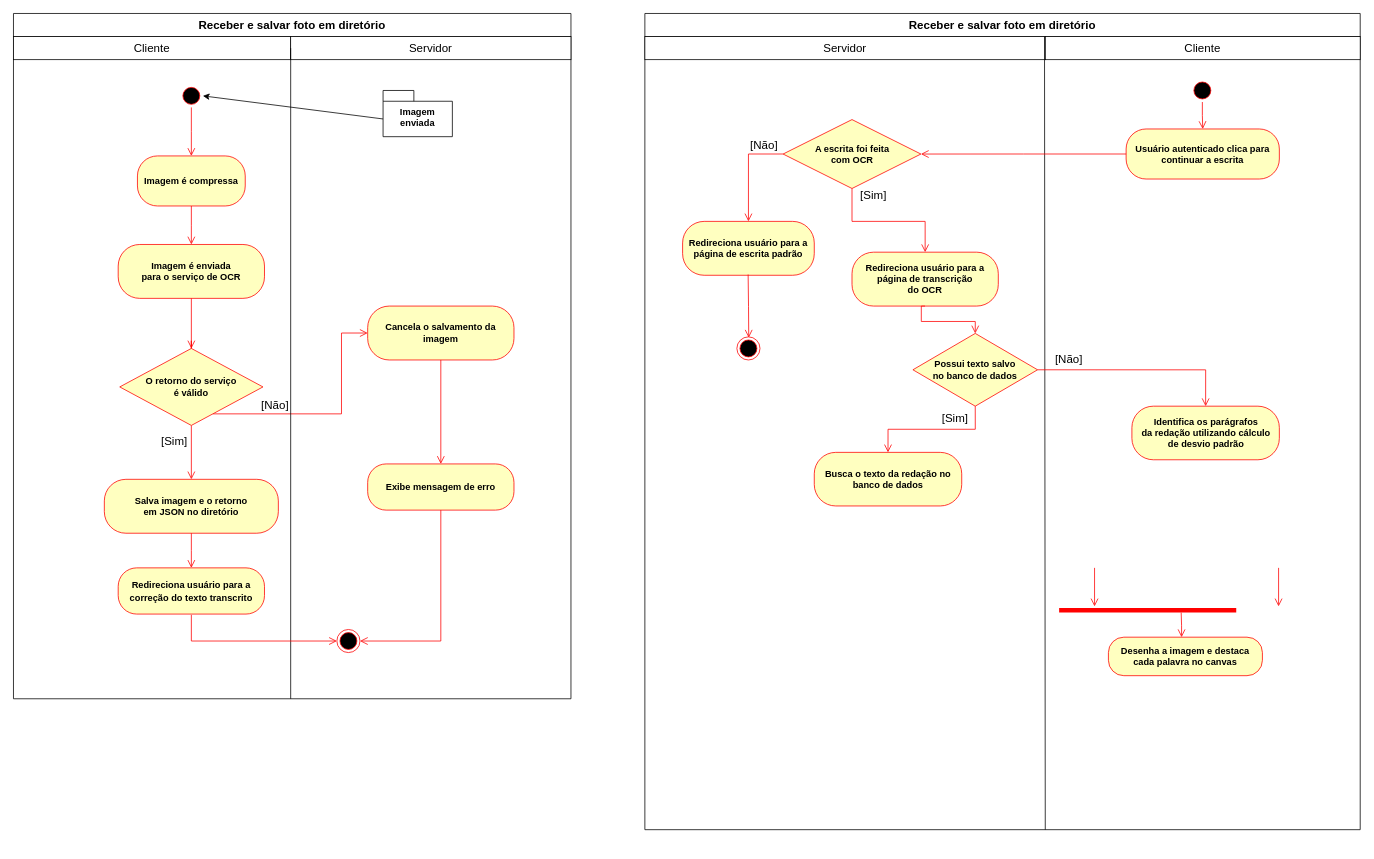
Earlier version of the draw.io diagram Atividade.drawio (zanellaz/javascripto). Source tidied: cells renumbered, new cells numbered last; positions are measured from the earlier drawing's top-left corner, leaving out a move shared by most shapes. Both pictures are drawn from the tidied source at 77%, with x=0, y=0 at pixel (13, 13).
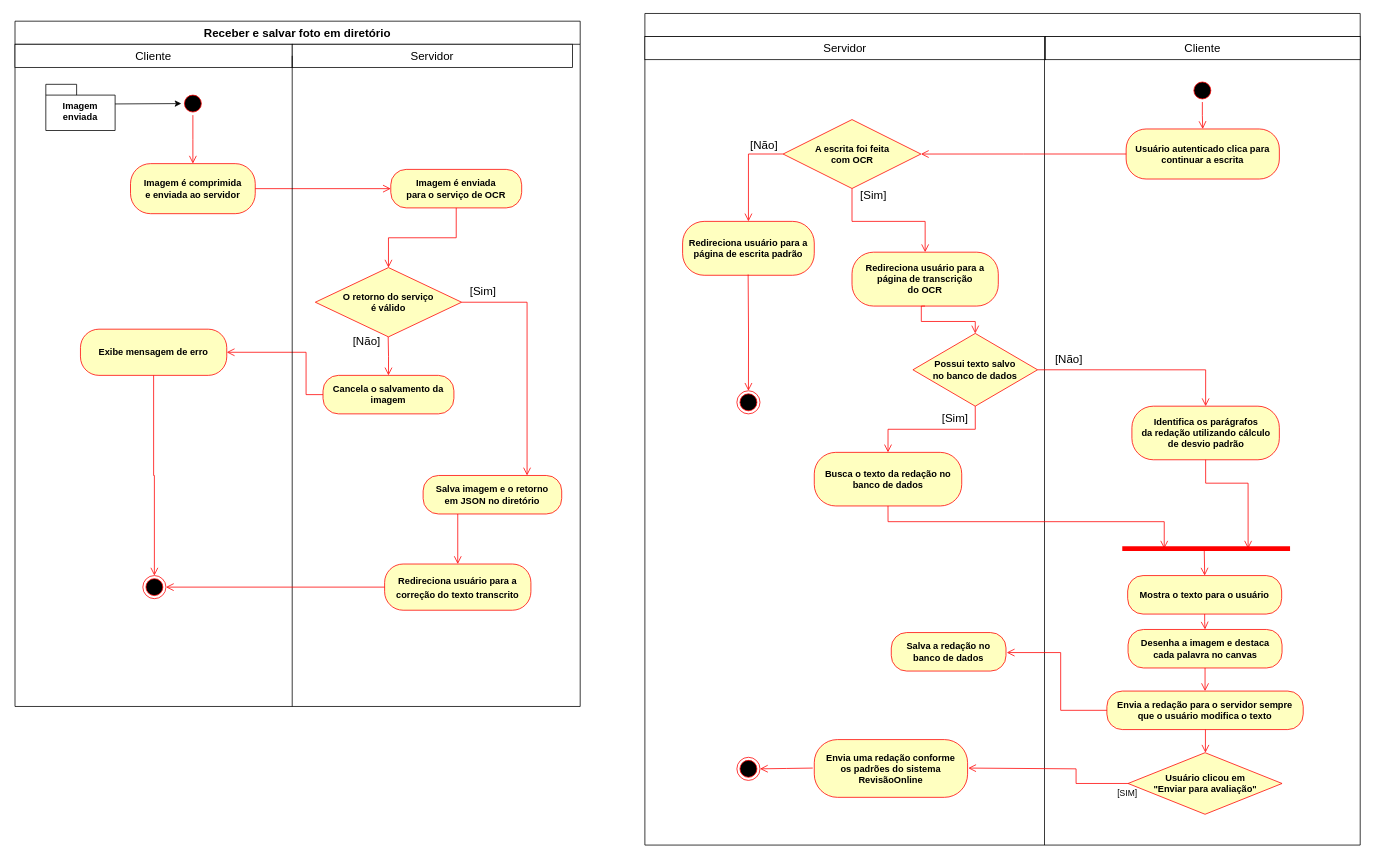
Above is the later version.

Unchanged cells that the change refers to:
```xml
<mxCell id="4" style="ellipse;html=1;shape=startState;fillColor=#000000;strokeColor=#ff0000;" parent="2" vertex="1">
  <mxGeometry x="216" y="92" width="30" height="30" as="geometry" />
</mxCell>
<mxCell id="39" value="&lt;b&gt;Busca o texto da redação no banco de dados&lt;br&gt;&lt;/b&gt;" style="rounded=1;whiteSpace=wrap;html=1;arcSize=40;fontColor=#000000;fillColor=#ffffc0;strokeColor=#ff0000;" parent="26" vertex="1">
  <mxGeometry x="220" y="570" width="191.5" height="69.6" as="geometry" />
</mxCell>
<mxCell id="46" value="&lt;b&gt;Identifica os parágrafos &lt;br&gt;da redação utilizando cálculo&lt;br&gt; de desvio padrão&lt;br&gt;&lt;/b&gt;" style="rounded=1;whiteSpace=wrap;html=1;arcSize=40;fontColor=#000000;fillColor=#ffffc0;strokeColor=#ff0000;" parent="26" vertex="1">
  <mxGeometry x="632.5" y="510" width="191.5" height="69.6" as="geometry" />
</mxCell>
```

The edit, as a diff of the source:
```diff
@@
     <mxCell id="2" value="&lt;font style=&quot;font-size: 15px;&quot;&gt;Receber e salvar foto em diretório&lt;/font&gt;" style="swimlane;whiteSpace=wrap;html=1;startSize=30;" parent="1" vertex="1">
-      <mxGeometry width="724" height="890" as="geometry" />
+      <mxGeometry x="2" y="10" width="734" height="890" as="geometry" />
     </mxCell>
     <mxCell id="3" value="Imagem enviada " style="shape=folder;fontStyle=1;spacingTop=10;tabWidth=40;tabHeight=14;tabPosition=left;html=1;whiteSpace=wrap;" parent="2" vertex="1">
-      <mxGeometry x="480" y="100" width="90" height="60" as="geometry" />
+      <mxGeometry x="40" y="82" width="90" height="60" as="geometry" />
     </mxCell>
@@
-    <mxCell id="6" value="&lt;font size=&quot;1&quot;&gt;&lt;b style=&quot;font-size: 12px;&quot;&gt;Imagem é compressa&lt;/b&gt;&lt;/font&gt;" style="rounded=1;whiteSpace=wrap;html=1;arcSize=40;fontColor=#000000;fillColor=#ffffc0;strokeColor=#ff0000;" parent="2" vertex="1">
-      <mxGeometry x="161" y="185" width="140" height="65" as="geometry" />
+    <mxCell id="6" value="&lt;div&gt;&lt;font size=&quot;1&quot;&gt;&lt;b style=&quot;font-size: 12px;&quot;&gt;Imagem é comprimida&lt;br&gt;e enviada ao servidor&lt;br&gt;&lt;/b&gt;&lt;/font&gt;&lt;/div&gt;" style="rounded=1;whiteSpace=wrap;html=1;arcSize=40;fontColor=#000000;fillColor=#ffffc0;strokeColor=#ff0000;" parent="2" vertex="1">
+      <mxGeometry x="150" y="185" width="162" height="65" as="geometry" />
     </mxCell>
-    <mxCell id="7" style="edgeStyle=orthogonalEdgeStyle;html=1;verticalAlign=bottom;endArrow=open;endSize=8;strokeColor=#ff0000;rounded=0;" parent="2" edge="1" source="6">
-      <mxGeometry relative="1" as="geometry">
-        <mxPoint x="231" y="300" as="targetPoint" />
-      </mxGeometry>
+    <mxCell id="7" style="edgeStyle=orthogonalEdgeStyle;html=1;verticalAlign=bottom;endArrow=open;endSize=8;strokeColor=#ff0000;rounded=0;entryX=0;entryY=0.5;entryDx=0;entryDy=0;" parent="2" edge="1" source="6" target="9">
+      <mxGeometry relative="1" as="geometry" />
     </mxCell>
-    <mxCell id="8" style="endArrow=classic;html=1;rounded=0;entryX=1;entryY=0.5;entryDx=0;entryDy=0;exitX=0;exitY=0;exitDx=0;exitDy=37;exitPerimeter=0;" parent="2" edge="1" source="3" target="4">
+    <mxCell id="8" style="endArrow=classic;html=1;rounded=0;entryX=0;entryY=0.5;entryDx=0;entryDy=0;exitX=0;exitY=0;exitDx=90;exitDy=25.5;exitPerimeter=0;" parent="2" edge="1" source="3" target="4">
       <mxGeometry relative="1" as="geometry" />
     </mxCell>
     <mxCell id="9" value="&lt;font style=&quot;font-size: 12px;&quot;&gt;&lt;b&gt;Imagem é enviada &lt;br&gt;para o serviço de OCR&lt;/b&gt;&lt;/font&gt;" style="rounded=1;whiteSpace=wrap;html=1;arcSize=40;fontColor=#000000;fillColor=#ffffc0;strokeColor=#ff0000;" parent="2" vertex="1">
-      <mxGeometry x="136" y="300" width="190" height="70" as="geometry" />
+      <mxGeometry x="488" y="192.5" width="170" height="50" as="geometry" />
     </mxCell>
-    <mxCell id="10" style="edgeStyle=orthogonalEdgeStyle;html=1;verticalAlign=bottom;endArrow=open;endSize=8;strokeColor=#ff0000;rounded=0;" parent="2" edge="1" source="19">
-      <mxGeometry relative="1" as="geometry">
-        <mxPoint x="231" y="470" as="targetPoint" />
-      </mxGeometry>
-    </mxCell>
-    <mxCell id="11" value="&lt;font style=&quot;font-size: 15px;&quot;&gt;[&lt;/font&gt;&lt;font style=&quot;font-size: 15px;&quot;&gt;Não]&lt;/font&gt;" style="edgeStyle=orthogonalEdgeStyle;html=1;align=left;verticalAlign=bottom;endArrow=open;endSize=8;strokeColor=#ff0000;rounded=0;entryX=0;entryY=0.5;entryDx=0;entryDy=0;" parent="2" edge="1" source="19" target="13">
-      <mxGeometry x="-0.6" relative="1" as="geometry">
-        <Array as="points">
-          <mxPoint x="426" y="520" />
-          <mxPoint x="426" y="415" />
-        </Array>
-      </mxGeometry>
-    </mxCell>
-    <mxCell id="12" value="&lt;font style=&quot;font-size: 15px;&quot;&gt;[&lt;/font&gt;&lt;font style=&quot;font-size: 15px;&quot;&gt;Sim]&lt;/font&gt;" style="edgeStyle=orthogonalEdgeStyle;html=1;align=left;verticalAlign=top;endArrow=open;endSize=8;strokeColor=#ff0000;rounded=0;entryX=0.5;entryY=0;entryDx=0;entryDy=0;" parent="2" edge="1" source="19" target="16">
-      <mxGeometry x="-0.86" y="-41" relative="1" as="geometry" />
-    </mxCell>
     <mxCell id="13" value="&lt;b&gt;Cancela o salvamento da imagem&lt;br&gt;&lt;/b&gt;" style="rounded=1;whiteSpace=wrap;html=1;arcSize=40;fontColor=#000000;fillColor=#ffffc0;strokeColor=#ff0000;" parent="2" vertex="1">
-      <mxGeometry x="460" y="380" width="190" height="70" as="geometry" />
+      <mxGeometry x="400" y="460" width="170" height="50" as="geometry" />
     </mxCell>
     <mxCell id="14" value="&lt;b&gt;Exibe mensagem de erro&lt;/b&gt;" style="rounded=1;whiteSpace=wrap;html=1;arcSize=40;fontColor=#000000;fillColor=#ffffc0;strokeColor=#ff0000;" parent="2" vertex="1">
-      <mxGeometry x="460" y="585" width="190" height="60" as="geometry" />
+      <mxGeometry x="85" y="400" width="190" height="60" as="geometry" />
     </mxCell>
-    <mxCell id="15" style="edgeStyle=orthogonalEdgeStyle;html=1;verticalAlign=bottom;endArrow=open;endSize=8;strokeColor=#ff0000;rounded=0;exitX=0.5;exitY=1;exitDx=0;exitDy=0;entryX=0.5;entryY=0;entryDx=0;entryDy=0;" parent="2" edge="1" source="13" target="14">
-      <mxGeometry relative="1" as="geometry" />
+    <mxCell id="15" style="edgeStyle=orthogonalEdgeStyle;html=1;verticalAlign=bottom;endArrow=open;endSize=8;strokeColor=#ff0000;rounded=0;exitX=0;exitY=0.5;exitDx=0;exitDy=0;entryX=1;entryY=0.5;entryDx=0;entryDy=0;" parent="2" edge="1" source="13" target="14">
+      <mxGeometry relative="1" as="geometry">
+        <Array as="points">
+          <mxPoint x="378" y="485" />
+          <mxPoint x="378" y="430" />
+        </Array>
+      </mxGeometry>
     </mxCell>
-    <mxCell id="16" value="&lt;b&gt;Salva imagem e o retorno &lt;br&gt;em JSON no diretório&lt;br&gt;&lt;/b&gt;" style="rounded=1;whiteSpace=wrap;html=1;arcSize=40;fontColor=#000000;fillColor=#ffffc0;strokeColor=#ff0000;" parent="2" vertex="1">
-      <mxGeometry x="118" y="605" width="226" height="70" as="geometry" />
-    </mxCell>
-    <mxCell id="17" style="edgeStyle=orthogonalEdgeStyle;html=1;verticalAlign=bottom;endArrow=open;endSize=8;strokeColor=#ff0000;rounded=0;" parent="2" edge="1" source="16">
-      <mxGeometry relative="1" as="geometry">
-        <mxPoint x="231" y="720" as="targetPoint" />
-      </mxGeometry>
-    </mxCell>
-    <mxCell id="18" style="edgeStyle=orthogonalEdgeStyle;html=1;verticalAlign=bottom;endArrow=open;endSize=8;strokeColor=#ff0000;rounded=0;" parent="2" edge="1" source="9" target="19">
-      <mxGeometry relative="1" as="geometry" />
-    </mxCell>
-    <mxCell id="19" value="&lt;font style=&quot;font-size: 12px;&quot;&gt;&lt;b&gt;O retorno do serviço&lt;br&gt; é válido&lt;/b&gt;&lt;/font&gt;" style="rhombus;whiteSpace=wrap;html=1;fontColor=#000000;fillColor=#ffffc0;strokeColor=#ff0000;" parent="2" vertex="1">
-      <mxGeometry x="138" y="435" width="186" height="100" as="geometry" />
-    </mxCell>
     <mxCell id="20" style="ellipse;html=1;shape=endState;fillColor=#000000;strokeColor=#ff0000;" parent="2" vertex="1">
-      <mxGeometry x="420" y="800" width="30" height="30" as="geometry" />
+      <mxGeometry x="166" y="720" width="30" height="30" as="geometry" />
     </mxCell>
-    <mxCell id="21" value="&lt;font style=&quot;font-size: 14px;&quot;&gt;&lt;b style=&quot;font-size: 12px;&quot;&gt;&lt;font style=&quot;font-size: 12px;&quot;&gt;Redireciona usuário para a correção do texto transcrito&lt;br&gt;&lt;/font&gt;&lt;/b&gt;&lt;/font&gt;" style="rounded=1;whiteSpace=wrap;html=1;arcSize=40;fontColor=#000000;fillColor=#ffffc0;strokeColor=#ff0000;" parent="2" vertex="1">
-      <mxGeometry x="136" y="720" width="190" height="60" as="geometry" />
-    </mxCell>
@@
-    <mxCell id="25" style="edgeStyle=orthogonalEdgeStyle;html=1;verticalAlign=bottom;endArrow=open;endSize=8;strokeColor=#ff0000;rounded=0;exitX=0.5;exitY=1;exitDx=0;exitDy=0;entryX=1;entryY=0.5;entryDx=0;entryDy=0;" parent="2" edge="1" source="14" target="20">
+    <mxCell id="25" style="edgeStyle=orthogonalEdgeStyle;html=1;verticalAlign=bottom;endArrow=open;endSize=8;strokeColor=#ff0000;rounded=0;exitX=0.5;exitY=1;exitDx=0;exitDy=0;entryX=0.5;entryY=0;entryDx=0;entryDy=0;" parent="2" edge="1" source="14" target="20">
       <mxGeometry relative="1" as="geometry" />
     </mxCell>
+    <mxCell id="19" value="&lt;font style=&quot;font-size: 12px;&quot;&gt;&lt;b&gt;O retorno do serviço&lt;br&gt; é válido&lt;/b&gt;&lt;/font&gt;" style="rhombus;whiteSpace=wrap;html=1;fontColor=#000000;fillColor=#ffffc0;strokeColor=#ff0000;" parent="2" vertex="1">
+      <mxGeometry x="390" y="320" width="190" height="90" as="geometry" />
+    </mxCell>
+    <mxCell id="18" style="edgeStyle=orthogonalEdgeStyle;html=1;verticalAlign=bottom;endArrow=open;endSize=8;strokeColor=#ff0000;rounded=0;exitX=0.5;exitY=1;exitDx=0;exitDy=0;entryX=0.5;entryY=0;entryDx=0;entryDy=0;" parent="2" edge="1" source="9" target="19">
+      <mxGeometry relative="1" as="geometry" />
+    </mxCell>
+    <mxCell id="11" value="&lt;font style=&quot;font-size: 15px;&quot;&gt;[&lt;/font&gt;&lt;font style=&quot;font-size: 15px;&quot;&gt;Não]&lt;/font&gt;" style="edgeStyle=orthogonalEdgeStyle;html=1;align=left;verticalAlign=top;endArrow=open;endSize=8;strokeColor=#ff0000;rounded=0;entryX=0.5;entryY=0;entryDx=0;entryDy=0;" parent="2" edge="1" target="13">
+      <mxGeometry x="-1" y="-48" relative="1" as="geometry">
+        <mxPoint x="484.6" y="410" as="sourcePoint" />
+        <mxPoint y="-11" as="offset" />
+      </mxGeometry>
+    </mxCell>
+    <mxCell id="12" value="&lt;font style=&quot;font-size: 15px;&quot;&gt;[&lt;/font&gt;&lt;font style=&quot;font-size: 15px;&quot;&gt;Sim]&lt;/font&gt;" style="edgeStyle=orthogonalEdgeStyle;html=1;align=left;verticalAlign=top;endArrow=open;endSize=8;strokeColor=#ff0000;rounded=0;entryX=0.75;entryY=0;entryDx=0;entryDy=0;exitX=1;exitY=0.5;exitDx=0;exitDy=0;" parent="2" edge="1" source="19" target="16">
+      <mxGeometry x="-0.94" y="30" relative="1" as="geometry" />
+    </mxCell>
+    <mxCell id="16" value="&lt;b&gt;Salva imagem e o retorno &lt;br&gt;em JSON no diretório&lt;br&gt;&lt;/b&gt;" style="rounded=1;whiteSpace=wrap;html=1;arcSize=40;fontColor=#000000;fillColor=#ffffc0;strokeColor=#ff0000;" parent="2" vertex="1">
+      <mxGeometry x="530" y="590" width="180" height="50" as="geometry" />
+    </mxCell>
+    <mxCell id="53" style="edgeStyle=orthogonalEdgeStyle;html=1;verticalAlign=bottom;endArrow=open;endSize=8;strokeColor=#ff0000;rounded=0;exitX=0.25;exitY=1;exitDx=0;exitDy=0;entryX=0.5;entryY=0;entryDx=0;entryDy=0;" parent="2" edge="1" source="16" target="21">
+      <mxGeometry relative="1" as="geometry" />
+    </mxCell>
+    <mxCell id="21" value="&lt;font style=&quot;font-size: 14px;&quot;&gt;&lt;b style=&quot;font-size: 12px;&quot;&gt;&lt;font style=&quot;font-size: 12px;&quot;&gt;Redireciona usuário para a correção do texto transcrito&lt;br&gt;&lt;/font&gt;&lt;/b&gt;&lt;/font&gt;" style="rounded=1;whiteSpace=wrap;html=1;arcSize=40;fontColor=#000000;fillColor=#ffffc0;strokeColor=#ff0000;" parent="2" vertex="1">
+      <mxGeometry x="480" y="705" width="190" height="60" as="geometry" />
+    </mxCell>
+    <mxCell id="54" style="edgeStyle=orthogonalEdgeStyle;html=1;verticalAlign=bottom;endArrow=open;endSize=8;strokeColor=#ff0000;rounded=0;exitX=0;exitY=0.5;exitDx=0;exitDy=0;entryX=1;entryY=0.5;entryDx=0;entryDy=0;" parent="2" edge="1" source="21" target="20">
+      <mxGeometry relative="1" as="geometry" />
+    </mxCell>
-    <mxCell id="26" value="&lt;font style=&quot;font-size: 15px;&quot;&gt;Receber e salvar foto em diretório&lt;/font&gt;" style="swimlane;whiteSpace=wrap;html=1;startSize=30;" parent="1" vertex="1">
-      <mxGeometry x="820" width="929" height="1060" as="geometry" />
+    <mxCell id="26" style="swimlane;whiteSpace=wrap;html=1;startSize=30;" parent="1" vertex="1">
+      <mxGeometry x="820" width="929" height="1080" as="geometry" />
     </mxCell>
@@
     <mxCell id="32" style="endArrow=none;html=1;rounded=0;entryX=0;entryY=0;entryDx=0;entryDy=0;" parent="26" edge="1">
       <mxGeometry relative="1" as="geometry">
-        <mxPoint x="520" y="1060" as="sourcePoint" />
+        <mxPoint x="519" y="1080" as="sourcePoint" />
         <mxPoint x="519" y="30" as="targetPoint" />
       </mxGeometry>
     </mxCell>
@@
-    <mxCell id="36" style="edgeStyle=orthogonalEdgeStyle;html=1;align=left;verticalAlign=top;endArrow=open;endSize=8;strokeColor=#ff0000;rounded=0;exitX=0.5;exitY=1;exitDx=0;exitDy=0;entryX=0.5;entryY=0;entryDx=0;entryDy=0;" parent="26" edge="1">
+    <mxCell id="36" style="edgeStyle=orthogonalEdgeStyle;html=1;align=left;verticalAlign=top;endArrow=open;endSize=8;strokeColor=#ff0000;rounded=0;exitX=0.5;exitY=1;exitDx=0;exitDy=0;entryX=0.5;entryY=0;entryDx=0;entryDy=0;" parent="26" edge="1" target="37">
       <mxGeometry x="-1" y="12" relative="1" as="geometry">
         <mxPoint x="134.1" y="339" as="sourcePoint" />
-        <mxPoint x="134.9" y="421" as="targetPoint" />
         <mxPoint x="-3" y="-7" as="offset" />
       </mxGeometry>
     </mxCell>
     <mxCell id="37" style="ellipse;html=1;shape=endState;fillColor=#000000;strokeColor=#ff0000;" parent="26" vertex="1">
-      <mxGeometry x="119.5" y="420" width="30" height="30" as="geometry" />
+      <mxGeometry x="119.5" y="490" width="30" height="30" as="geometry" />
     </mxCell>
@@
-    <mxCell id="47" value="&lt;b&gt;Desenha a imagem e&amp;nbsp;&lt;/b&gt;&lt;b&gt;destaca&lt;br&gt; cada palavra&lt;/b&gt;&lt;b&gt; no canvas&lt;br&gt;&lt;/b&gt;" style="rounded=1;whiteSpace=wrap;html=1;arcSize=40;fontColor=#000000;fillColor=#ffffc0;strokeColor=#ff0000;" parent="26" vertex="1">
-      <mxGeometry x="602" y="810" width="200" height="50" as="geometry" />
+    <mxCell id="47" value="&lt;b&gt;Mostra o texto para o usuário&lt;br&gt;&lt;/b&gt;" style="rounded=1;whiteSpace=wrap;html=1;arcSize=40;fontColor=#000000;fillColor=#ffffc0;strokeColor=#ff0000;" parent="26" vertex="1">
+      <mxGeometry x="627" y="730" width="200" height="50" as="geometry" />
     </mxCell>
-    <mxCell id="48" style="edgeStyle=orthogonalEdgeStyle;html=1;align=left;verticalAlign=top;endArrow=open;endSize=8;strokeColor=#ff0000;rounded=0;" parent="26" edge="1">
+    <mxCell id="48" style="edgeStyle=orthogonalEdgeStyle;html=1;align=left;verticalAlign=top;endArrow=open;endSize=8;strokeColor=#ff0000;rounded=0;exitX=0.5;exitY=1;exitDx=0;exitDy=0;entryX=0.75;entryY=0.5;entryDx=0;entryDy=0;entryPerimeter=0;" parent="26" edge="1" source="46" target="49">
       <mxGeometry x="-1" relative="1" as="geometry">
-        <mxPoint x="823" y="720" as="sourcePoint" />
-        <mxPoint x="823" y="770" as="targetPoint" />
+        <Array as="points">
+          <mxPoint x="728" y="610" />
+          <mxPoint x="783" y="610" />
+        </Array>
       </mxGeometry>
     </mxCell>
     <mxCell id="49" style="shape=line;html=1;strokeWidth=6;strokeColor=#ff0000;" parent="26" vertex="1">
-      <mxGeometry x="538" y="770" width="230" height="10" as="geometry" />
+      <mxGeometry x="620" y="690" width="217.9" height="10" as="geometry" />
     </mxCell>
-    <mxCell id="50" style="edgeStyle=orthogonalEdgeStyle;html=1;align=left;verticalAlign=top;endArrow=open;endSize=8;strokeColor=#ff0000;rounded=0;" parent="26" edge="1">
+    <mxCell id="50" style="edgeStyle=orthogonalEdgeStyle;html=1;align=left;verticalAlign=top;endArrow=open;endSize=8;strokeColor=#ff0000;rounded=0;entryX=0.5;entryY=0;entryDx=0;entryDy=0;" parent="26" edge="1" target="47">
       <mxGeometry x="-1" relative="1" as="geometry">
-        <mxPoint x="696.5" y="778" as="sourcePoint" />
-        <mxPoint x="697" y="810" as="targetPoint" />
+        <mxPoint x="726.5" y="698" as="sourcePoint" />
       </mxGeometry>
     </mxCell>
-    <mxCell id="51" style="edgeStyle=orthogonalEdgeStyle;html=1;align=left;verticalAlign=top;endArrow=open;endSize=8;strokeColor=#ff0000;rounded=0;" parent="26" edge="1">
+    <mxCell id="51" style="edgeStyle=orthogonalEdgeStyle;html=1;align=left;verticalAlign=top;endArrow=open;endSize=8;strokeColor=#ff0000;rounded=0;exitX=0.5;exitY=1;exitDx=0;exitDy=0;entryX=0.25;entryY=0.5;entryDx=0;entryDy=0;entryPerimeter=0;" parent="26" edge="1" source="39" target="49">
       <mxGeometry x="-1" relative="1" as="geometry">
-        <mxPoint x="584" y="720" as="sourcePoint" />
-        <mxPoint x="584" y="770" as="targetPoint" />
+        <Array as="points">
+          <mxPoint x="316" y="660" />
+          <mxPoint x="675" y="660" />
+        </Array>
       </mxGeometry>
     </mxCell>
-    <mxCell id="52" style="edgeStyle=orthogonalEdgeStyle;html=1;verticalAlign=bottom;endArrow=open;endSize=8;strokeColor=#ff0000;rounded=0;entryX=0;entryY=0.5;entryDx=0;entryDy=0;" parent="1" edge="1" target="20">
-      <mxGeometry relative="1" as="geometry">
-        <mxPoint x="231" y="781" as="sourcePoint" />
-        <Array as="points">
-          <mxPoint x="231" y="815" />
-        </Array>
-      </mxGeometry>
-    </mxCell>
+    <mxCell id="55" value="&lt;b&gt;Desenha a imagem e destaca &lt;br&gt;cada palavra no canvas&lt;br&gt;&lt;/b&gt;" style="rounded=1;whiteSpace=wrap;html=1;arcSize=40;fontColor=#000000;fillColor=#ffffc0;strokeColor=#ff0000;" parent="26" vertex="1">
+      <mxGeometry x="627.5" y="800" width="200" height="50" as="geometry" />
+    </mxCell>
+    <mxCell id="56" style="edgeStyle=orthogonalEdgeStyle;html=1;align=left;verticalAlign=top;endArrow=open;endSize=8;strokeColor=#ff0000;rounded=0;entryX=0.5;entryY=0;entryDx=0;entryDy=0;exitX=0.5;exitY=1;exitDx=0;exitDy=0;" parent="26" edge="1" source="47" target="55">
+      <mxGeometry x="-1" relative="1" as="geometry" />
+    </mxCell>
+    <mxCell id="57" value="&lt;b&gt;Salva a redação no banco de dados&lt;br&gt;&lt;/b&gt;" style="rounded=1;whiteSpace=wrap;html=1;arcSize=40;fontColor=#000000;fillColor=#ffffc0;strokeColor=#ff0000;" parent="26" vertex="1">
+      <mxGeometry x="320" y="804" width="149" height="50" as="geometry" />
+    </mxCell>
+    <mxCell id="58" value="&lt;b&gt;Usuário clicou em&lt;br&gt;&quot;Enviar para avaliação&quot;&lt;/b&gt;" style="rhombus;whiteSpace=wrap;html=1;fontColor=#000000;fillColor=#ffffc0;strokeColor=#ff0000;" parent="26" vertex="1">
+      <mxGeometry x="627.5" y="960" width="200" height="80" as="geometry" />
+    </mxCell>
+    <mxCell id="59" value="[SIM]" style="edgeStyle=orthogonalEdgeStyle;html=1;align=left;verticalAlign=top;endArrow=open;endSize=8;strokeColor=#ff0000;rounded=0;exitX=0;exitY=0.5;exitDx=0;exitDy=0;" parent="26" edge="1" source="58">
+      <mxGeometry x="-0.86" relative="1" as="geometry">
+        <mxPoint x="420" y="980" as="targetPoint" />
+        <Array as="points">
+          <mxPoint x="560" y="1000" />
+          <mxPoint x="560" y="981" />
+          <mxPoint x="420" y="981" />
+        </Array>
+      </mxGeometry>
+    </mxCell>
+    <mxCell id="60" value="&lt;b&gt;Envia uma redação conforme&lt;br&gt; os padrões do sistema RevisãoOnline&lt;/b&gt;" style="rounded=1;whiteSpace=wrap;html=1;arcSize=40;fontColor=#000000;fillColor=#ffffc0;strokeColor=#ff0000;" parent="26" vertex="1">
+      <mxGeometry x="220" y="943" width="199.1" height="75" as="geometry" />
+    </mxCell>
+    <mxCell id="61" style="edgeStyle=orthogonalEdgeStyle;html=1;align=left;verticalAlign=top;endArrow=open;endSize=8;strokeColor=#ff0000;rounded=0;entryX=0.5;entryY=0;entryDx=0;entryDy=0;exitX=0.5;exitY=1;exitDx=0;exitDy=0;" parent="1" edge="1" source="55" target="62">
+      <mxGeometry x="-1" relative="1" as="geometry" />
+    </mxCell>
+    <mxCell id="62" value="&lt;b&gt;Envia a redação para o servidor sempre&lt;br&gt; que o usuário modifica o texto&lt;br&gt;&lt;/b&gt;" style="rounded=1;whiteSpace=wrap;html=1;arcSize=40;fontColor=#000000;fillColor=#ffffc0;strokeColor=#ff0000;" parent="1" vertex="1">
+      <mxGeometry x="1420" y="880" width="255" height="50" as="geometry" />
+    </mxCell>
+    <mxCell id="63" style="edgeStyle=orthogonalEdgeStyle;html=1;align=left;verticalAlign=top;endArrow=open;endSize=8;strokeColor=#ff0000;rounded=0;exitX=0;exitY=0.5;exitDx=0;exitDy=0;" parent="1" edge="1" source="62">
+      <mxGeometry x="-1" relative="1" as="geometry">
+        <mxPoint x="1290" y="830" as="targetPoint" />
+        <Array as="points">
+          <mxPoint x="1360" y="905" />
+          <mxPoint x="1360" y="830" />
+        </Array>
+      </mxGeometry>
+    </mxCell>
+    <mxCell id="64" style="edgeStyle=orthogonalEdgeStyle;html=1;align=left;verticalAlign=top;endArrow=open;endSize=8;strokeColor=#ff0000;rounded=0;entryX=0.5;entryY=0;entryDx=0;entryDy=0;exitX=0.5;exitY=1;exitDx=0;exitDy=0;" parent="1" edge="1">
+      <mxGeometry x="-1" relative="1" as="geometry">
+        <mxPoint x="1548" y="930" as="sourcePoint" />
+        <mxPoint x="1548" y="960" as="targetPoint" />
+      </mxGeometry>
+    </mxCell>
+    <mxCell id="65" style="edgeStyle=orthogonalEdgeStyle;html=1;align=left;verticalAlign=top;endArrow=open;endSize=8;strokeColor=#ff0000;rounded=0;exitX=0;exitY=0.5;exitDx=0;exitDy=0;entryX=1;entryY=0.5;entryDx=0;entryDy=0;" parent="1" edge="1" target="66">
+      <mxGeometry x="-0.86" relative="1" as="geometry">
+        <mxPoint x="1038" y="980" as="sourcePoint" />
+      </mxGeometry>
+    </mxCell>
+    <mxCell id="66" style="ellipse;html=1;shape=endState;fillColor=#000000;strokeColor=#ff0000;" parent="1" vertex="1">
+      <mxGeometry x="939.5" y="966" width="30" height="30" as="geometry" />
+    </mxCell>
```
